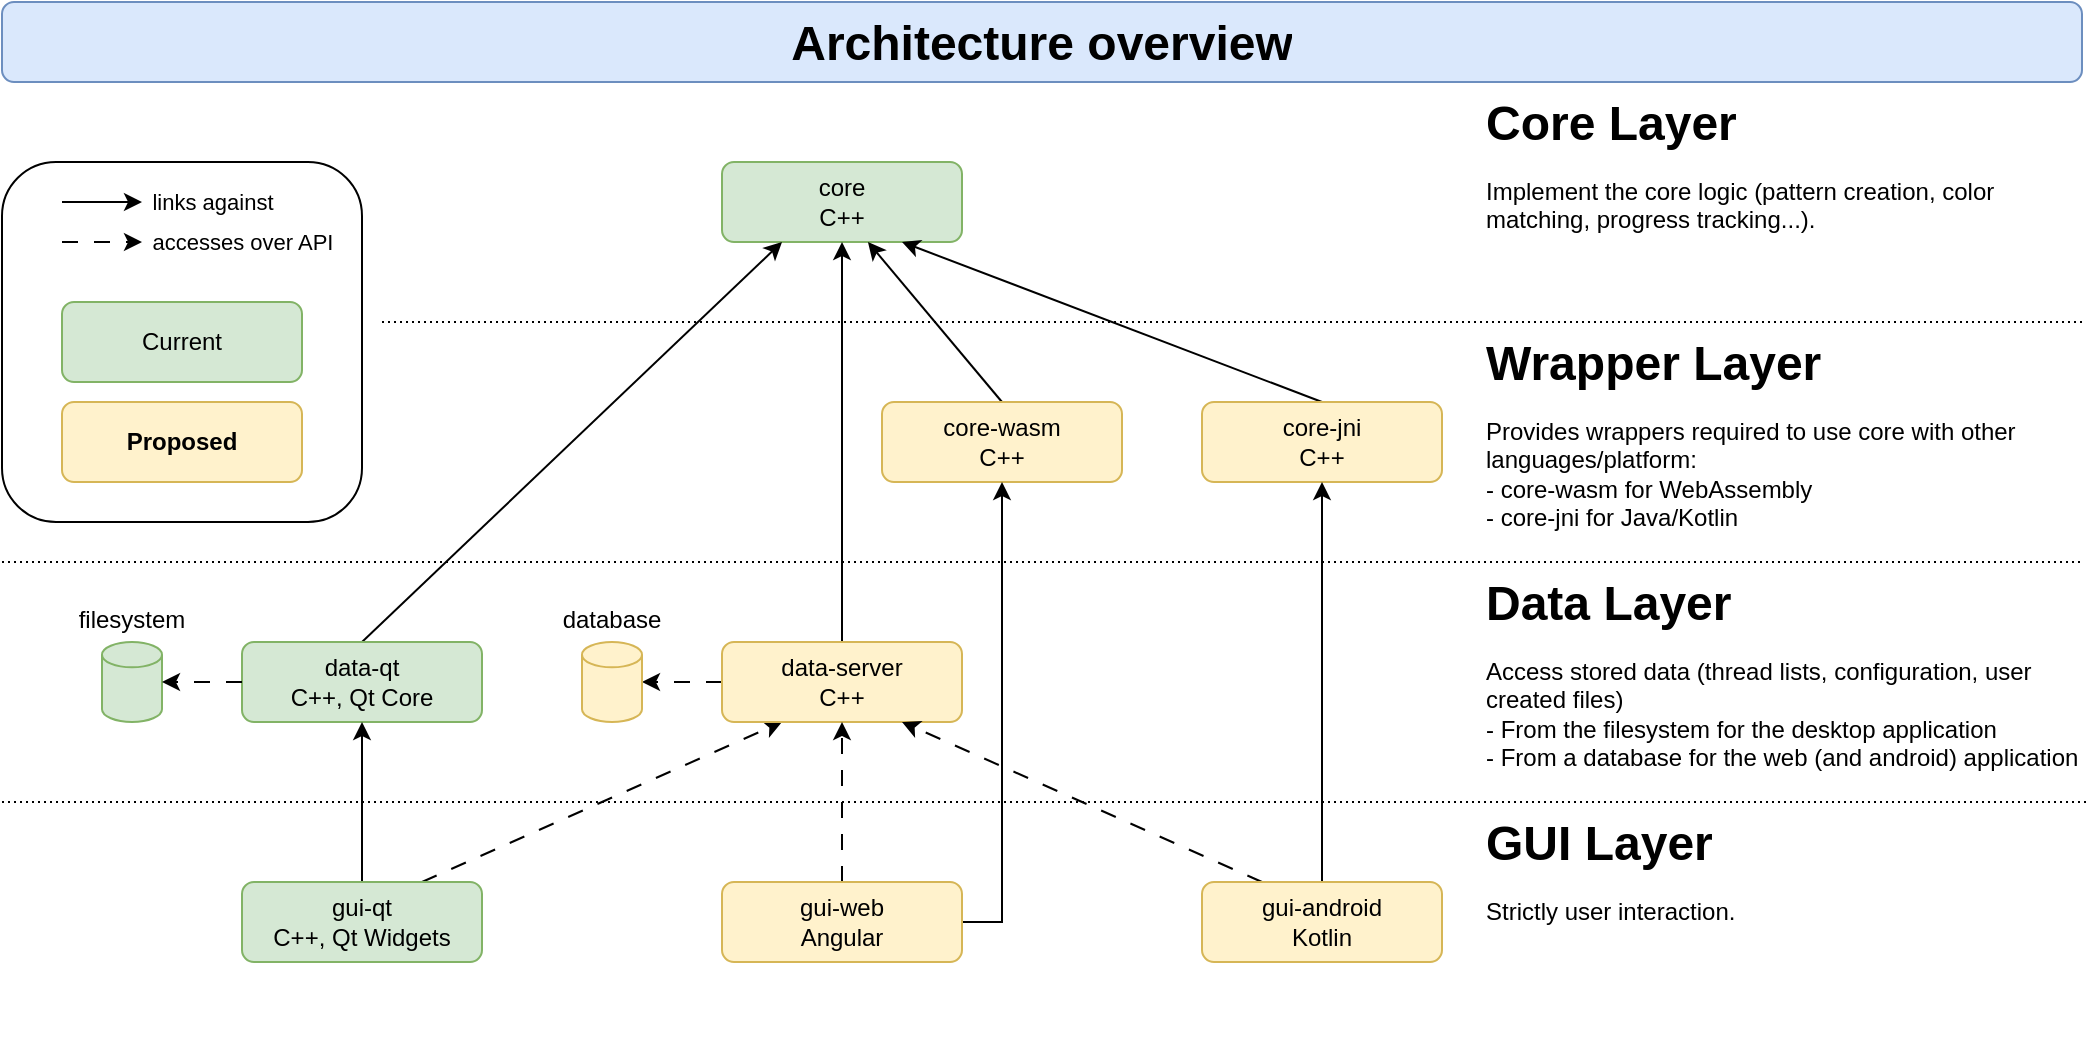
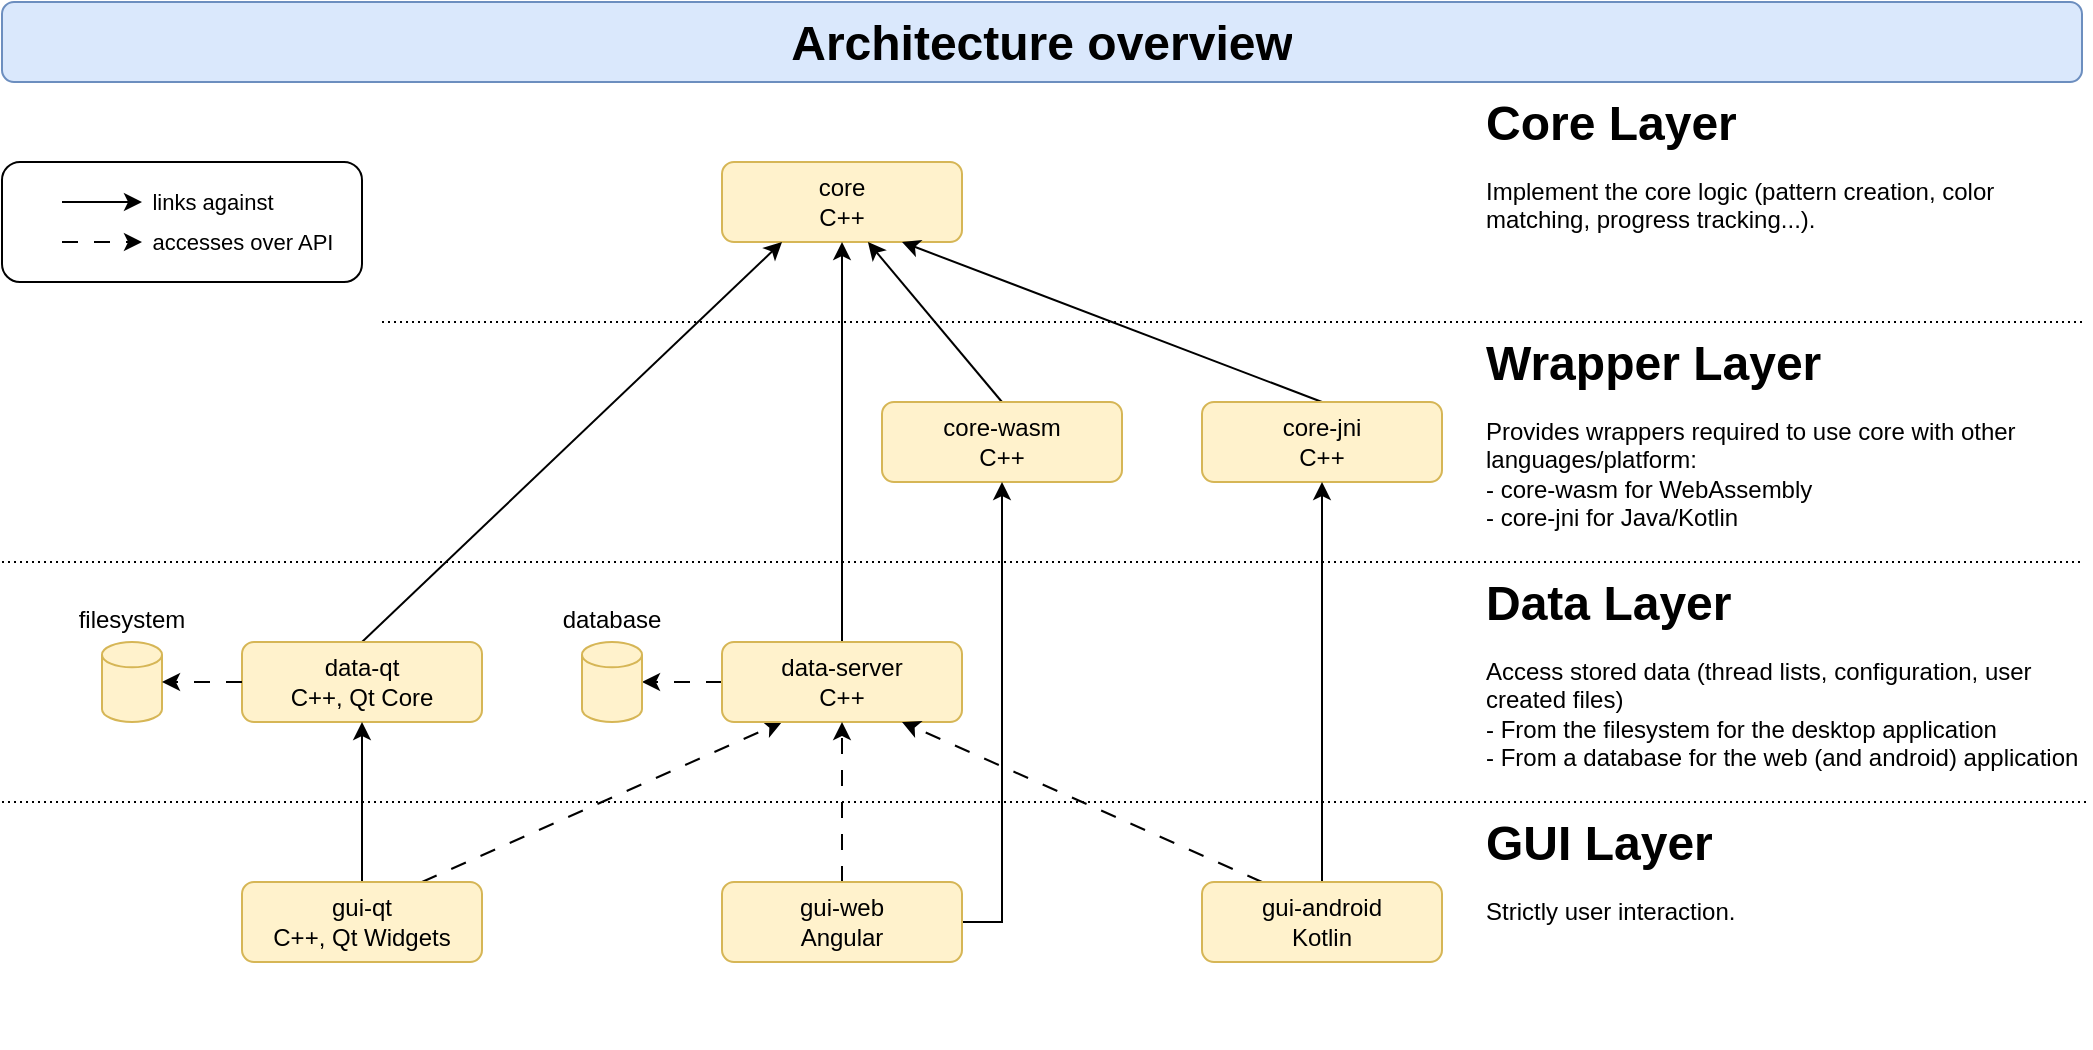
<mxfile host="Electron" agent="Mozilla/5.0 (X11; Linux x86_64) AppleWebKit/537.36 (KHTML, like Gecko) draw.io/28.2.5 Chrome/138.0.7204.251 Electron/37.6.1 Safari/537.36" version="28.2.5">
  <diagram name="Seite-1" id="F41fRs0eCjDLxBcW3rhW">
    <mxGraphModel dx="2187" dy="877" grid="1" gridSize="10" guides="1" tooltips="1" connect="1" arrows="1" fold="1" page="1" pageScale="1" pageWidth="827" pageHeight="1169" math="0" shadow="0">
      <root>
        <mxCell id="0" />
        <mxCell id="1" parent="0" />
        <mxCell id="LadjJh0SSRlLmkwfqYPK-57" value="" style="rounded=1;whiteSpace=wrap;html=1;fillColor=default;" parent="1" vertex="1">
-           <mxGeometry x="-560" y="360" width="180" height="180" as="geometry" />
+           <mxGeometry x="-560" y="360" width="180" height="60" as="geometry" />
        </mxCell>
-         <mxCell id="LadjJh0SSRlLmkwfqYPK-1" value="core&lt;div&gt;C++&lt;/div&gt;" style="rounded=1;whiteSpace=wrap;html=1;fillColor=#d5e8d4;strokeColor=#82b366;" parent="1" vertex="1">
+         <mxCell id="LadjJh0SSRlLmkwfqYPK-1" value="core&lt;div&gt;C++&lt;/div&gt;" style="rounded=1;whiteSpace=wrap;html=1;fillColor=#fff2cc;strokeColor=#d6b656;" parent="1" vertex="1">
          <mxGeometry x="-200" y="360" width="120" height="40" as="geometry" />
        </mxCell>
        <mxCell id="LadjJh0SSRlLmkwfqYPK-16" style="edgeStyle=none;rounded=0;orthogonalLoop=1;jettySize=auto;html=1;exitX=0.5;exitY=0;exitDx=0;exitDy=0;entryX=0.25;entryY=1;entryDx=0;entryDy=0;" parent="1" source="LadjJh0SSRlLmkwfqYPK-2" target="LadjJh0SSRlLmkwfqYPK-1" edge="1">
          <mxGeometry relative="1" as="geometry" />
        </mxCell>
-         <mxCell id="LadjJh0SSRlLmkwfqYPK-2" value="data-qt&lt;div&gt;C++, Qt Core&lt;/div&gt;" style="rounded=1;whiteSpace=wrap;html=1;fillColor=#d5e8d4;strokeColor=#82b366;" parent="1" vertex="1">
+         <mxCell id="LadjJh0SSRlLmkwfqYPK-2" value="data-qt&lt;div&gt;C++, Qt Core&lt;/div&gt;" style="rounded=1;whiteSpace=wrap;html=1;fillColor=#fff2cc;strokeColor=#d6b656;" parent="1" vertex="1">
          <mxGeometry x="-440" y="600" width="120" height="40" as="geometry" />
        </mxCell>
        <mxCell id="LadjJh0SSRlLmkwfqYPK-17" value="" style="edgeStyle=none;rounded=0;orthogonalLoop=1;jettySize=auto;html=1;exitX=0.5;exitY=0;exitDx=0;exitDy=0;entryX=0.5;entryY=1;entryDx=0;entryDy=0;" parent="1" source="LadjJh0SSRlLmkwfqYPK-3" target="LadjJh0SSRlLmkwfqYPK-2" edge="1">
          <mxGeometry relative="1" as="geometry" />
        </mxCell>
        <mxCell id="LadjJh0SSRlLmkwfqYPK-22" style="edgeStyle=none;rounded=0;orthogonalLoop=1;jettySize=auto;html=1;exitX=0.75;exitY=0;exitDx=0;exitDy=0;entryX=0.25;entryY=1;entryDx=0;entryDy=0;dashed=1;dashPattern=8 8;" parent="1" source="LadjJh0SSRlLmkwfqYPK-3" target="LadjJh0SSRlLmkwfqYPK-5" edge="1">
          <mxGeometry relative="1" as="geometry" />
        </mxCell>
-         <mxCell id="LadjJh0SSRlLmkwfqYPK-3" value="gui-qt&lt;div&gt;C++, Qt Widgets&lt;/div&gt;" style="rounded=1;whiteSpace=wrap;html=1;fillColor=#d5e8d4;strokeColor=#82b366;" parent="1" vertex="1">
+         <mxCell id="LadjJh0SSRlLmkwfqYPK-3" value="gui-qt&lt;div&gt;C++, Qt Widgets&lt;/div&gt;" style="rounded=1;whiteSpace=wrap;html=1;fillColor=#fff2cc;strokeColor=#d6b656;" parent="1" vertex="1">
          <mxGeometry x="-440" y="720" width="120" height="40" as="geometry" />
        </mxCell>
        <mxCell id="LadjJh0SSRlLmkwfqYPK-14" value="" style="rounded=0;orthogonalLoop=1;jettySize=auto;html=1;exitX=0.5;exitY=0;exitDx=0;exitDy=0;entryX=0.608;entryY=1;entryDx=0;entryDy=0;entryPerimeter=0;" parent="1" source="LadjJh0SSRlLmkwfqYPK-4" target="LadjJh0SSRlLmkwfqYPK-1" edge="1">
          <mxGeometry relative="1" as="geometry" />
        </mxCell>
        <mxCell id="LadjJh0SSRlLmkwfqYPK-4" value="core-wasm&lt;div&gt;C++&lt;/div&gt;" style="rounded=1;whiteSpace=wrap;html=1;fillColor=#fff2cc;strokeColor=#d6b656;" parent="1" vertex="1">
          <mxGeometry x="-120" y="480" width="120" height="40" as="geometry" />
        </mxCell>
        <mxCell id="LadjJh0SSRlLmkwfqYPK-20" value="" style="edgeStyle=none;rounded=0;orthogonalLoop=1;jettySize=auto;html=1;exitX=0.5;exitY=0;exitDx=0;exitDy=0;entryX=0.5;entryY=1;entryDx=0;entryDy=0;" parent="1" source="LadjJh0SSRlLmkwfqYPK-5" target="LadjJh0SSRlLmkwfqYPK-1" edge="1">
          <mxGeometry x="0.3" relative="1" as="geometry">
            <mxPoint as="offset" />
          </mxGeometry>
        </mxCell>
        <mxCell id="LadjJh0SSRlLmkwfqYPK-29" value="" style="edgeStyle=none;rounded=0;orthogonalLoop=1;jettySize=auto;html=1;exitX=0;exitY=0.5;exitDx=0;exitDy=0;dashed=1;dashPattern=8 8;" parent="1" source="LadjJh0SSRlLmkwfqYPK-5" target="LadjJh0SSRlLmkwfqYPK-27" edge="1">
          <mxGeometry x="0.1995" y="10" relative="1" as="geometry">
            <mxPoint as="offset" />
          </mxGeometry>
        </mxCell>
        <mxCell id="LadjJh0SSRlLmkwfqYPK-5" value="data-server&lt;div&gt;C++&lt;/div&gt;" style="rounded=1;whiteSpace=wrap;html=1;fillColor=#fff2cc;strokeColor=#d6b656;" parent="1" vertex="1">
          <mxGeometry x="-200" y="600" width="120" height="40" as="geometry" />
        </mxCell>
        <mxCell id="LadjJh0SSRlLmkwfqYPK-18" value="" style="edgeStyle=orthogonalEdgeStyle;rounded=0;orthogonalLoop=1;jettySize=auto;html=1;exitX=1;exitY=0.5;exitDx=0;exitDy=0;entryX=0.5;entryY=1;entryDx=0;entryDy=0;" parent="1" source="LadjJh0SSRlLmkwfqYPK-6" target="LadjJh0SSRlLmkwfqYPK-4" edge="1">
          <mxGeometry x="0.5834" relative="1" as="geometry">
            <Array as="points">
              <mxPoint x="-60" y="740" />
            </Array>
            <mxPoint as="offset" />
          </mxGeometry>
        </mxCell>
        <mxCell id="LadjJh0SSRlLmkwfqYPK-21" value="" style="edgeStyle=none;rounded=0;orthogonalLoop=1;jettySize=auto;html=1;exitX=0.5;exitY=0;exitDx=0;exitDy=0;entryX=0.5;entryY=1;entryDx=0;entryDy=0;dashed=1;dashPattern=8 8;" parent="1" source="LadjJh0SSRlLmkwfqYPK-6" target="LadjJh0SSRlLmkwfqYPK-5" edge="1">
          <mxGeometry relative="1" as="geometry" />
        </mxCell>
        <mxCell id="LadjJh0SSRlLmkwfqYPK-6" value="gui-web&lt;div&gt;Angular&lt;/div&gt;" style="rounded=1;whiteSpace=wrap;html=1;fillColor=#fff2cc;strokeColor=#d6b656;" parent="1" vertex="1">
          <mxGeometry x="-200" y="720" width="120" height="40" as="geometry" />
        </mxCell>
        <mxCell id="LadjJh0SSRlLmkwfqYPK-15" value="" style="edgeStyle=none;rounded=0;orthogonalLoop=1;jettySize=auto;html=1;exitX=0.5;exitY=0;exitDx=0;exitDy=0;entryX=0.75;entryY=1;entryDx=0;entryDy=0;" parent="1" source="LadjJh0SSRlLmkwfqYPK-7" target="LadjJh0SSRlLmkwfqYPK-1" edge="1">
          <mxGeometry relative="1" as="geometry" />
        </mxCell>
        <mxCell id="LadjJh0SSRlLmkwfqYPK-7" value="core-jni&lt;div&gt;C++&lt;/div&gt;" style="rounded=1;whiteSpace=wrap;html=1;fillColor=#fff2cc;strokeColor=#d6b656;" parent="1" vertex="1">
          <mxGeometry x="40" y="480" width="120" height="40" as="geometry" />
        </mxCell>
        <mxCell id="LadjJh0SSRlLmkwfqYPK-19" value="" style="edgeStyle=none;rounded=0;orthogonalLoop=1;jettySize=auto;html=1;exitX=0.5;exitY=0;exitDx=0;exitDy=0;entryX=0.5;entryY=1;entryDx=0;entryDy=0;" parent="1" source="LadjJh0SSRlLmkwfqYPK-8" target="LadjJh0SSRlLmkwfqYPK-7" edge="1">
          <mxGeometry relative="1" as="geometry" />
        </mxCell>
        <mxCell id="LadjJh0SSRlLmkwfqYPK-23" value="" style="edgeStyle=none;rounded=0;orthogonalLoop=1;jettySize=auto;html=1;exitX=0.25;exitY=0;exitDx=0;exitDy=0;entryX=0.75;entryY=1;entryDx=0;entryDy=0;dashed=1;dashPattern=8 8;" parent="1" source="LadjJh0SSRlLmkwfqYPK-8" target="LadjJh0SSRlLmkwfqYPK-5" edge="1">
          <mxGeometry relative="1" as="geometry" />
        </mxCell>
        <mxCell id="LadjJh0SSRlLmkwfqYPK-8" value="gui-android&lt;div&gt;Kotlin&lt;/div&gt;" style="rounded=1;whiteSpace=wrap;html=1;fillColor=#fff2cc;strokeColor=#d6b656;" parent="1" vertex="1">
          <mxGeometry x="40" y="720" width="120" height="40" as="geometry" />
        </mxCell>
-         <mxCell id="LadjJh0SSRlLmkwfqYPK-26" value="&lt;div&gt;&lt;span style=&quot;background-color: transparent; color: light-dark(rgb(0, 0, 0), rgb(255, 255, 255));&quot;&gt;filesystem&lt;/span&gt;&lt;/div&gt;&lt;div&gt;&lt;span style=&quot;background-color: transparent; color: light-dark(rgb(0, 0, 0), rgb(255, 255, 255));&quot;&gt;&lt;br&gt;&lt;/span&gt;&lt;/div&gt;&lt;div&gt;&lt;span style=&quot;background-color: transparent; color: light-dark(rgb(0, 0, 0), rgb(255, 255, 255));&quot;&gt;&lt;br&gt;&lt;/span&gt;&lt;/div&gt;&lt;div&gt;&lt;span style=&quot;background-color: transparent; color: light-dark(rgb(0, 0, 0), rgb(255, 255, 255));&quot;&gt;&lt;br&gt;&lt;/span&gt;&lt;/div&gt;&lt;div&gt;&lt;span style=&quot;background-color: transparent; color: light-dark(rgb(0, 0, 0), rgb(255, 255, 255));&quot;&gt;&lt;br&gt;&lt;/span&gt;&lt;/div&gt;&lt;div&gt;&lt;span style=&quot;background-color: transparent; color: light-dark(rgb(0, 0, 0), rgb(255, 255, 255));&quot;&gt;&lt;br&gt;&lt;/span&gt;&lt;/div&gt;" style="shape=cylinder3;whiteSpace=wrap;html=1;boundedLbl=1;backgroundOutline=1;size=6.333333333333343;aspect=fixed;fillColor=#d5e8d4;strokeColor=#82b366;" parent="1" vertex="1">
+         <mxCell id="LadjJh0SSRlLmkwfqYPK-26" value="&lt;div&gt;&lt;span style=&quot;background-color: transparent; color: light-dark(rgb(0, 0, 0), rgb(255, 255, 255));&quot;&gt;filesystem&lt;/span&gt;&lt;/div&gt;&lt;div&gt;&lt;span style=&quot;background-color: transparent; color: light-dark(rgb(0, 0, 0), rgb(255, 255, 255));&quot;&gt;&lt;br&gt;&lt;/span&gt;&lt;/div&gt;&lt;div&gt;&lt;span style=&quot;background-color: transparent; color: light-dark(rgb(0, 0, 0), rgb(255, 255, 255));&quot;&gt;&lt;br&gt;&lt;/span&gt;&lt;/div&gt;&lt;div&gt;&lt;span style=&quot;background-color: transparent; color: light-dark(rgb(0, 0, 0), rgb(255, 255, 255));&quot;&gt;&lt;br&gt;&lt;/span&gt;&lt;/div&gt;&lt;div&gt;&lt;span style=&quot;background-color: transparent; color: light-dark(rgb(0, 0, 0), rgb(255, 255, 255));&quot;&gt;&lt;br&gt;&lt;/span&gt;&lt;/div&gt;&lt;div&gt;&lt;span style=&quot;background-color: transparent; color: light-dark(rgb(0, 0, 0), rgb(255, 255, 255));&quot;&gt;&lt;br&gt;&lt;/span&gt;&lt;/div&gt;" style="shape=cylinder3;whiteSpace=wrap;html=1;boundedLbl=1;backgroundOutline=1;size=6.333333333333343;aspect=fixed;fillColor=#fff2cc;strokeColor=#d6b656;" parent="1" vertex="1">
          <mxGeometry x="-510" y="600" width="30" height="40" as="geometry" />
        </mxCell>
        <mxCell id="LadjJh0SSRlLmkwfqYPK-27" value="&lt;div&gt;&lt;span style=&quot;background-color: transparent; color: light-dark(rgb(0, 0, 0), rgb(255, 255, 255));&quot;&gt;database&lt;/span&gt;&lt;/div&gt;&lt;div&gt;&lt;span style=&quot;background-color: transparent; color: light-dark(rgb(0, 0, 0), rgb(255, 255, 255));&quot;&gt;&lt;br&gt;&lt;/span&gt;&lt;/div&gt;&lt;div&gt;&lt;span style=&quot;background-color: transparent; color: light-dark(rgb(0, 0, 0), rgb(255, 255, 255));&quot;&gt;&lt;br&gt;&lt;/span&gt;&lt;/div&gt;&lt;div&gt;&lt;span style=&quot;background-color: transparent; color: light-dark(rgb(0, 0, 0), rgb(255, 255, 255));&quot;&gt;&lt;br&gt;&lt;/span&gt;&lt;/div&gt;&lt;div&gt;&lt;span style=&quot;background-color: transparent; color: light-dark(rgb(0, 0, 0), rgb(255, 255, 255));&quot;&gt;&lt;br&gt;&lt;/span&gt;&lt;/div&gt;&lt;div&gt;&lt;span style=&quot;background-color: transparent; color: light-dark(rgb(0, 0, 0), rgb(255, 255, 255));&quot;&gt;&lt;br&gt;&lt;/span&gt;&lt;/div&gt;" style="shape=cylinder3;whiteSpace=wrap;html=1;boundedLbl=1;backgroundOutline=1;size=6.333333333333343;aspect=fixed;fillColor=#fff2cc;strokeColor=#d6b656;" parent="1" vertex="1">
          <mxGeometry x="-270" y="600" width="30" height="40" as="geometry" />
        </mxCell>
        <mxCell id="LadjJh0SSRlLmkwfqYPK-35" style="edgeStyle=none;rounded=0;orthogonalLoop=1;jettySize=auto;html=1;exitX=0;exitY=0.5;exitDx=0;exitDy=0;entryX=1;entryY=0.5;entryDx=0;entryDy=0;entryPerimeter=0;dashed=1;dashPattern=8 8;" parent="1" source="LadjJh0SSRlLmkwfqYPK-2" target="LadjJh0SSRlLmkwfqYPK-26" edge="1">
          <mxGeometry relative="1" as="geometry" />
        </mxCell>
        <mxCell id="LadjJh0SSRlLmkwfqYPK-36" value="" style="edgeStyle=none;rounded=0;orthogonalLoop=1;jettySize=auto;html=1;exitX=0.5;exitY=0;exitDx=0;exitDy=0;" parent="1" edge="1">
          <mxGeometry relative="1" as="geometry">
            <mxPoint x="-530" y="380" as="sourcePoint" />
            <mxPoint x="-490" y="380" as="targetPoint" />
          </mxGeometry>
        </mxCell>
        <mxCell id="LadjJh0SSRlLmkwfqYPK-37" value="links against" style="edgeLabel;html=1;align=center;verticalAlign=middle;resizable=0;points=[];" parent="LadjJh0SSRlLmkwfqYPK-36" vertex="1" connectable="0">
          <mxGeometry x="0.0603" y="-3" relative="1" as="geometry">
            <mxPoint x="54" y="-3" as="offset" />
          </mxGeometry>
        </mxCell>
        <mxCell id="LadjJh0SSRlLmkwfqYPK-38" value="" style="edgeStyle=none;rounded=0;orthogonalLoop=1;jettySize=auto;html=1;exitX=0.5;exitY=0;exitDx=0;exitDy=0;dashed=1;dashPattern=8 8;" parent="1" edge="1">
          <mxGeometry relative="1" as="geometry">
            <mxPoint x="-530" y="400" as="sourcePoint" />
            <mxPoint x="-490" y="400" as="targetPoint" />
          </mxGeometry>
        </mxCell>
        <mxCell id="LadjJh0SSRlLmkwfqYPK-39" value="accesses over API" style="edgeLabel;html=1;align=center;verticalAlign=middle;resizable=0;points=[];" parent="LadjJh0SSRlLmkwfqYPK-38" vertex="1" connectable="0">
          <mxGeometry x="0.0603" y="-3" relative="1" as="geometry">
            <mxPoint x="69" y="-3" as="offset" />
          </mxGeometry>
        </mxCell>
        <mxCell id="LadjJh0SSRlLmkwfqYPK-41" value="" style="endArrow=none;html=1;rounded=0;dashed=1;dashPattern=1 2;" parent="1" edge="1">
          <mxGeometry width="50" height="50" relative="1" as="geometry">
            <mxPoint x="-370" y="440" as="sourcePoint" />
            <mxPoint x="480" y="440" as="targetPoint" />
          </mxGeometry>
        </mxCell>
        <mxCell id="LadjJh0SSRlLmkwfqYPK-43" value="" style="endArrow=none;html=1;rounded=0;dashed=1;dashPattern=1 2;" parent="1" edge="1">
          <mxGeometry width="50" height="50" relative="1" as="geometry">
            <mxPoint x="-560" y="560" as="sourcePoint" />
            <mxPoint x="480" y="560" as="targetPoint" />
          </mxGeometry>
        </mxCell>
        <mxCell id="LadjJh0SSRlLmkwfqYPK-44" value="" style="endArrow=none;html=1;rounded=0;dashed=1;dashPattern=1 2;" parent="1" edge="1">
          <mxGeometry width="50" height="50" relative="1" as="geometry">
            <mxPoint x="-560" y="680" as="sourcePoint" />
            <mxPoint x="482.58064516129025" y="680" as="targetPoint" />
          </mxGeometry>
        </mxCell>
        <mxCell id="LadjJh0SSRlLmkwfqYPK-45" value="&lt;h1 style=&quot;margin-top: 0px; margin-bottom: 0px;&quot;&gt;&lt;font&gt;Core Layer&lt;/font&gt;&lt;/h1&gt;&lt;p&gt;Implement the core logic (pattern creation, color matching, progress tracking...).&lt;/p&gt;" style="text;html=1;whiteSpace=wrap;overflow=hidden;rounded=0;" parent="1" vertex="1">
          <mxGeometry x="180" y="320" width="300" height="120" as="geometry" />
        </mxCell>
        <mxCell id="LadjJh0SSRlLmkwfqYPK-46" value="&lt;h1 style=&quot;margin-top: 0px; margin-bottom: 0px;&quot;&gt;&lt;font&gt;Wrapper Layer&lt;/font&gt;&lt;/h1&gt;&lt;p&gt;Provides wrappers required to use core with other languages/platform:&lt;br&gt;- core-wasm for WebAssembly&lt;br&gt;- core-jni for Java/Kotlin&lt;/p&gt;" style="text;html=1;whiteSpace=wrap;overflow=hidden;rounded=0;" parent="1" vertex="1">
          <mxGeometry x="180" y="440" width="300" height="120" as="geometry" />
        </mxCell>
        <mxCell id="LadjJh0SSRlLmkwfqYPK-47" value="&lt;h1 style=&quot;margin-top: 0px; margin-bottom: 0px;&quot;&gt;&lt;font&gt;Data Layer&lt;/font&gt;&lt;/h1&gt;&lt;p&gt;Access stored data (thread lists, configuration, user created files)&lt;br&gt;- From the filesystem for the desktop application&lt;br&gt;- From a database for the web (and android) application&lt;/p&gt;" style="text;html=1;whiteSpace=wrap;overflow=hidden;rounded=0;" parent="1" vertex="1">
          <mxGeometry x="180" y="560" width="300" height="120" as="geometry" />
        </mxCell>
        <mxCell id="LadjJh0SSRlLmkwfqYPK-48" value="&lt;h1 style=&quot;margin-top: 0px; margin-bottom: 0px;&quot;&gt;&lt;font&gt;GUI Layer&lt;/font&gt;&lt;/h1&gt;&lt;p&gt;Strictly user interaction.&lt;/p&gt;" style="text;html=1;whiteSpace=wrap;overflow=hidden;rounded=0;" parent="1" vertex="1">
          <mxGeometry x="180" y="680" width="300" height="120" as="geometry" />
        </mxCell>
-         <mxCell id="LadjJh0SSRlLmkwfqYPK-49" value="Current" style="rounded=1;whiteSpace=wrap;html=1;fillColor=#d5e8d4;strokeColor=#82b366;" parent="1" vertex="1">
-           <mxGeometry x="-530" y="430" width="120" height="40" as="geometry" />
-         </mxCell>
-         <mxCell id="LadjJh0SSRlLmkwfqYPK-50" value="&lt;b&gt;Proposed&lt;/b&gt;" style="rounded=1;whiteSpace=wrap;html=1;fillColor=#fff2cc;strokeColor=#d6b656;" parent="1" vertex="1">
-           <mxGeometry x="-530" y="480" width="120" height="40" as="geometry" />
-         </mxCell>
        <mxCell id="LadjJh0SSRlLmkwfqYPK-53" value="&lt;h1 style=&quot;margin-top: 0px;&quot;&gt;Architecture overview&lt;/h1&gt;" style="text;html=1;whiteSpace=wrap;overflow=hidden;rounded=1;strokeColor=#6c8ebf;align=center;fillColor=#dae8fc;" parent="1" vertex="1">
          <mxGeometry x="-560" y="280" width="1040" height="40" as="geometry" />
+         </mxCell>
+         <mxCell id="oZVBrunw9JiHi8Ok4l1H-1" style="edgeStyle=orthogonalEdgeStyle;rounded=0;orthogonalLoop=1;jettySize=auto;html=1;exitX=0.5;exitY=1;exitDx=0;exitDy=0;" edge="1" parent="1" source="LadjJh0SSRlLmkwfqYPK-57" target="LadjJh0SSRlLmkwfqYPK-57">
+           <mxGeometry relative="1" as="geometry" />
        </mxCell>
      </root>
    </mxGraphModel>
  </diagram>
</mxfile>
